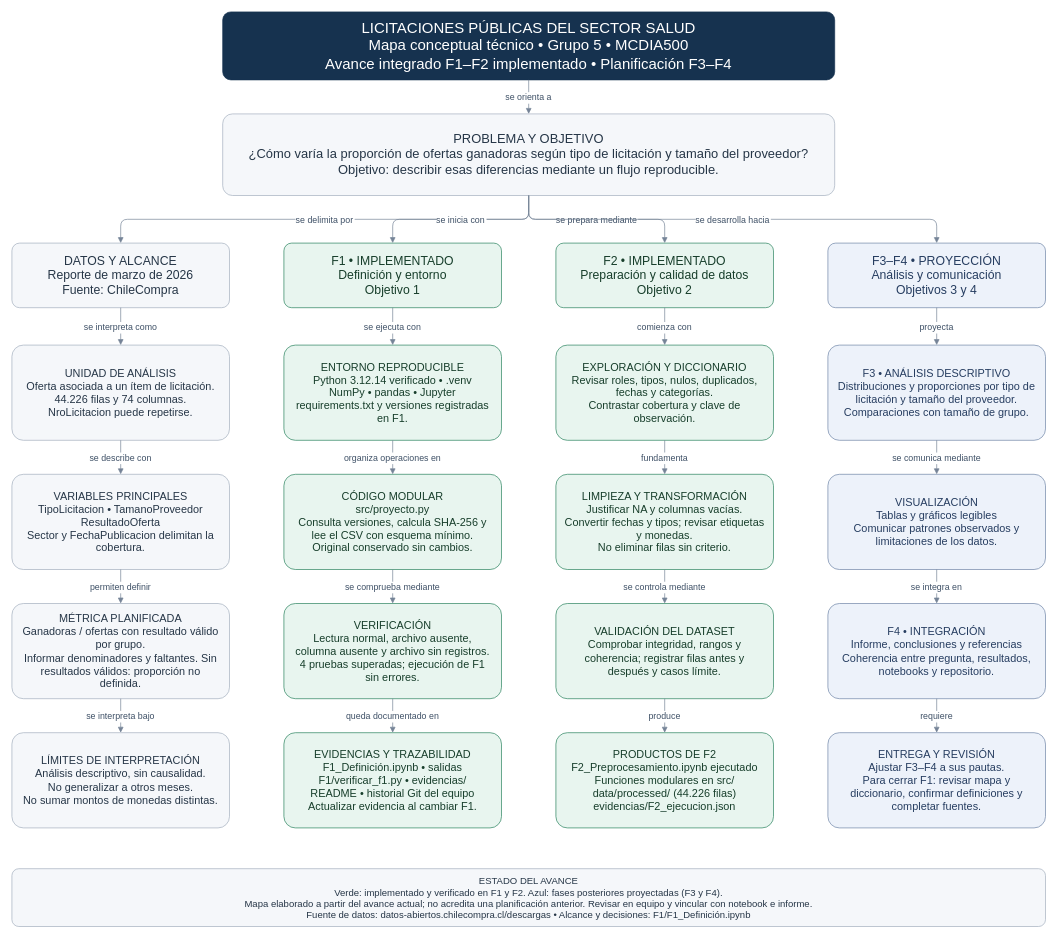
Above: docs/mapa_conceptual_f1_f2.drawio in vbravo29/sumativo-1 (draw.io), before the change. Source tidied: cells renumbered, new cells numbered last; positions are measured from the earlier drawing's top-left corner, leaving out a move shared by most shapes. Both pictures are drawn from the tidied source at 68%, with x=0, y=0 at pixel (12, 12).
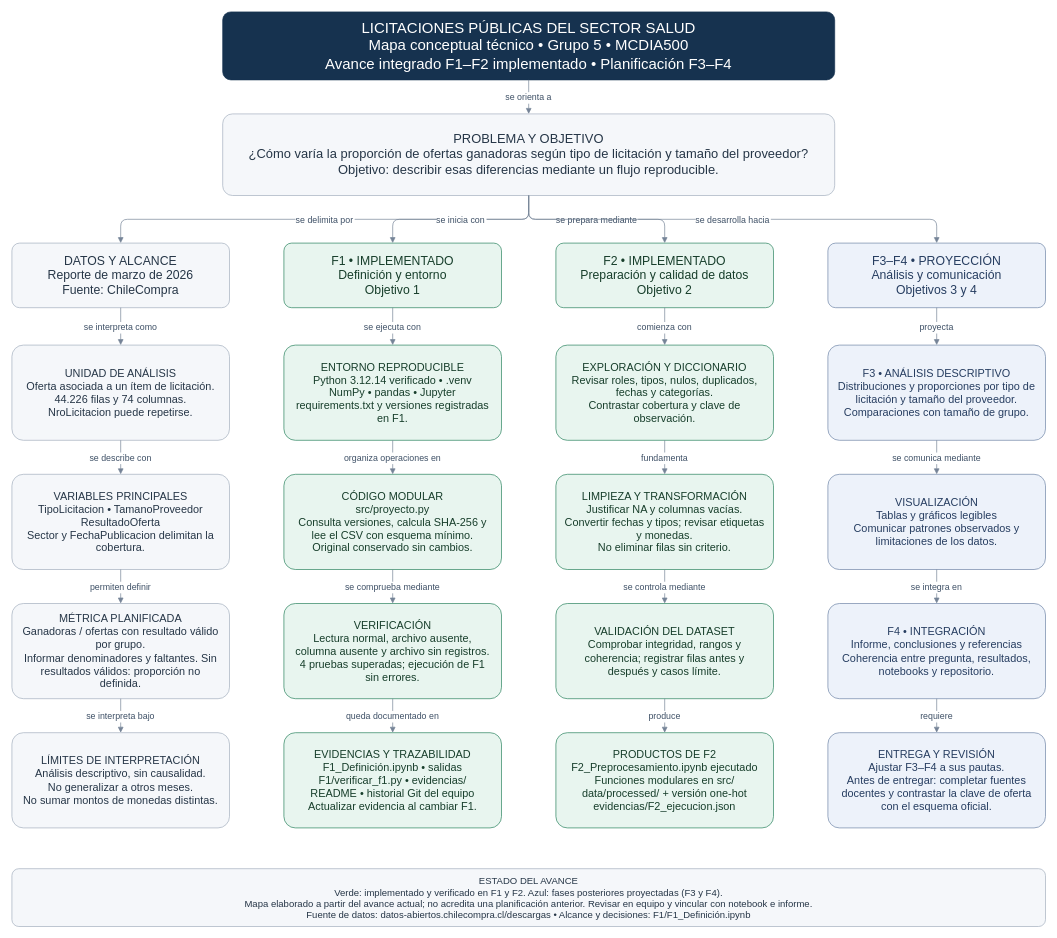
After the change.

The edit, as a diff of the source:
```diff
@@
-    <mxCell id="35" value="PRODUCTOS DE F2&#10;F2_Preprocesamiento.ipynb ejecutado&#10;Funciones modulares en src/&#10;data/processed/ (44.226 filas)&#10;evidencias/F2_ejecucion.json" style="rounded=1;whiteSpace=wrap;html=0;fillColor=#E8F5EF;strokeColor=#27815C;fontColor=#173E2B;fontFamily=Arial;fontSize=16;spacing=14;arcSize=12;" parent="1" vertex="1">
+    <mxCell id="35" value="PRODUCTOS DE F2&#10;F2_Preprocesamiento.ipynb ejecutado&#10;Funciones modulares en src/&#10;data/processed/ + versión one-hot&#10;evidencias/F2_ejecucion.json" style="rounded=1;whiteSpace=wrap;html=0;fillColor=#E8F5EF;strokeColor=#27815C;fontColor=#173E2B;fontFamily=Arial;fontSize=16;spacing=14;arcSize=12;" parent="1" vertex="1">
       <mxGeometry x="800" y="1060" width="320" height="140" as="geometry" />
     </mxCell>
@@
-    <mxCell id="43" value="ENTREGA Y REVISIÓN&#10;Ajustar F3–F4 a sus pautas.&#10;Para cerrar F1: revisar mapa y diccionario, confirmar definiciones y completar fuentes." style="rounded=1;whiteSpace=wrap;html=0;fillColor=#EDF2FA;strokeColor=#6E83A6;fontColor=#263D60;fontFamily=Arial;fontSize=16;spacing=14;arcSize=12;" parent="1" vertex="1">
+    <mxCell id="43" value="ENTREGA Y REVISIÓN&#10;Ajustar F3–F4 a sus pautas.&#10;Antes de entregar: completar fuentes docentes y contrastar la clave de oferta con el esquema oficial." style="rounded=1;whiteSpace=wrap;html=0;fillColor=#EDF2FA;strokeColor=#6E83A6;fontColor=#263D60;fontFamily=Arial;fontSize=16;spacing=14;arcSize=12;" parent="1" vertex="1">
       <mxGeometry x="1200" y="1060" width="320" height="140" as="geometry" />
     </mxCell>
```
